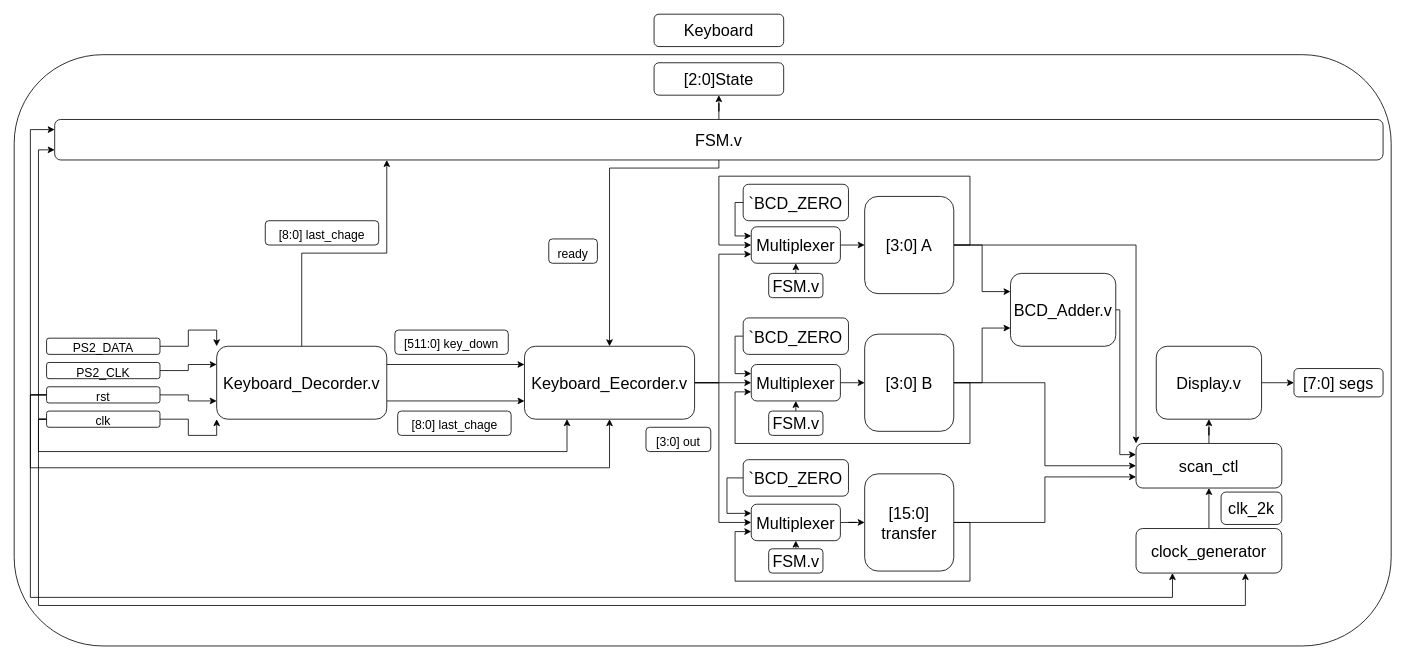
Allenaxe/diagram keeps this draw.io diagram as Keyboard_2.drawio. Above is the earlier version. Source tidied: cells renumbered, new cells numbered last; positions are measured from the earlier drawing's top-left corner, leaving out a move shared by most shapes. Both pictures are drawn from the tidied source at 81%, with x=0, y=0 at pixel (14, 14).
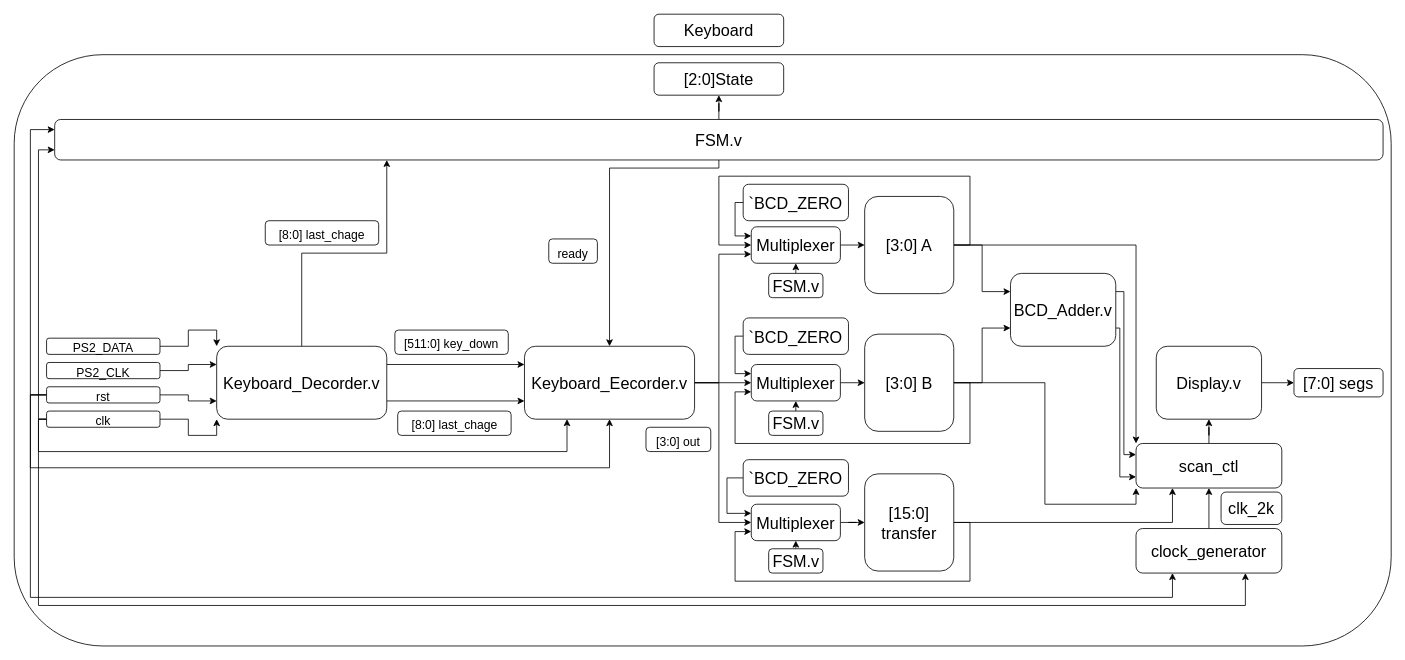
The same diagram, later.

The change refers to these unchanged cells:
```xml
<mxCell id="39" value="[3:0] B" style="rounded=1;whiteSpace=wrap;html=1;fontSize=20;" parent="1" vertex="1">
  <mxGeometry x="1050" y="395" width="110" height="120" as="geometry" />
</mxCell>
<mxCell id="42" value="[15:0] transfer" style="rounded=1;whiteSpace=wrap;html=1;fontSize=20;" parent="1" vertex="1">
  <mxGeometry x="1050" y="567.5" width="110" height="120" as="geometry" />
</mxCell>
<mxCell id="60" value="&lt;font style=&quot;font-size: 20px&quot;&gt;BCD_Adder.v&lt;/font&gt;" style="whiteSpace=wrap;html=1;rounded=1;" parent="1" vertex="1">
  <mxGeometry x="1230" y="320" width="130" height="90" as="geometry" />
</mxCell>
<mxCell id="65" value="&lt;font style=&quot;font-size: 20px&quot;&gt;scan_ctl&lt;br&gt;&lt;/font&gt;" style="whiteSpace=wrap;html=1;rounded=1;" parent="1" vertex="1">
  <mxGeometry x="1385" y="530" width="180" height="55" as="geometry" />
</mxCell>
```

Change to the diagram source:
```diff
@@
-    <mxCell id="38" style="edgeStyle=orthogonalEdgeStyle;rounded=0;jettySize=auto;html=1;exitX=1;exitY=0.5;exitDx=0;exitDy=0;entryX=0;entryY=0.5;entryDx=0;entryDy=0;fontSize=20;" parent="1" edge="1" source="39" target="65">
+    <mxCell id="38" style="edgeStyle=orthogonalEdgeStyle;rounded=0;jettySize=auto;html=1;exitX=1;exitY=0.5;exitDx=0;exitDy=0;entryX=0;entryY=1;entryDx=0;entryDy=0;fontSize=20;" parent="1" edge="1" source="39" target="65">
       <mxGeometry relative="1" as="geometry" />
     </mxCell>
@@
-    <mxCell id="41" style="edgeStyle=orthogonalEdgeStyle;rounded=0;jettySize=auto;html=1;exitX=1;exitY=0.5;exitDx=0;exitDy=0;entryX=0;entryY=0.75;entryDx=0;entryDy=0;fontSize=20;" parent="1" edge="1" source="42" target="65">
+    <mxCell id="41" style="edgeStyle=orthogonalEdgeStyle;rounded=0;jettySize=auto;html=1;exitX=1;exitY=0.5;exitDx=0;exitDy=0;entryX=0.25;entryY=1;entryDx=0;entryDy=0;fontSize=20;" parent="1" edge="1" source="42" target="65">
       <mxGeometry relative="1" as="geometry" />
     </mxCell>
@@
-    <mxCell id="59" style="edgeStyle=orthogonalEdgeStyle;rounded=0;jettySize=auto;html=1;exitX=1;exitY=0.5;exitDx=0;exitDy=0;entryX=0;entryY=0.25;entryDx=0;entryDy=0;fontSize=20;" parent="1" edge="1" source="60" target="65">
-      <mxGeometry relative="1" as="geometry">
-        <Array as="points">
-          <mxPoint x="1365" y="365" />
-          <mxPoint x="1365" y="544" />
-        </Array>
-      </mxGeometry>
-    </mxCell>
+    <mxCell id="74" style="edgeStyle=orthogonalEdgeStyle;rounded=0;jettySize=auto;html=1;exitX=1;exitY=0.75;exitDx=0;exitDy=0;entryX=0;entryY=0.75;entryDx=0;entryDy=0;" parent="1" edge="1" source="60" target="65">
+      <mxGeometry relative="1" as="geometry">
+        <Array as="points">
+          <mxPoint x="1365" y="387" />
+          <mxPoint x="1365" y="571" />
+        </Array>
+      </mxGeometry>
+    </mxCell>
+    <mxCell id="75" style="edgeStyle=orthogonalEdgeStyle;rounded=0;jettySize=auto;html=1;exitX=1;exitY=0.25;exitDx=0;exitDy=0;entryX=0;entryY=0.25;entryDx=0;entryDy=0;" parent="1" edge="1" source="60" target="65">
+      <mxGeometry relative="1" as="geometry">
+        <Array as="points">
+          <mxPoint x="1370" y="343" />
+          <mxPoint x="1370" y="544" />
+        </Array>
+      </mxGeometry>
+    </mxCell>
```
